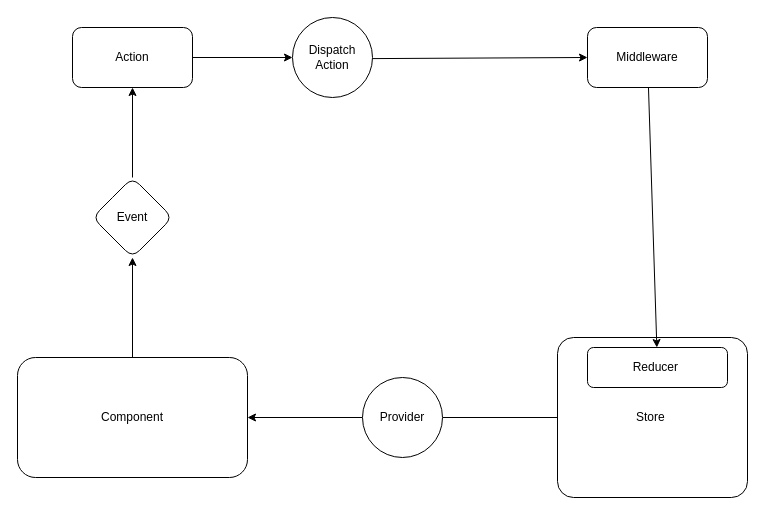
Earlier version of the draw.io diagram src/Navigation/Redux.drawio (jeevaninit/React2412237AM). Source tidied: cells renumbered, new cells numbered last; positions are measured from the earlier drawing's top-left corner, leaving out a move shared by most shapes. Both pictures are drawn from the tidied source at 100%, with x=0, y=0 at pixel (17, 17).
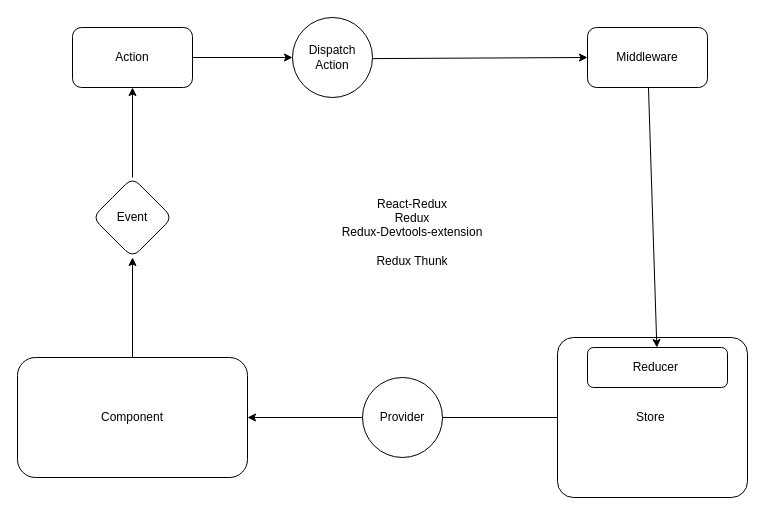
The same diagram, later.

Change to the diagram source:
```diff
@@
 <mxGraphModel>
   <root>
     <mxCell id="0" />
     <mxCell id="1" parent="0" />
     <mxCell id="2" style="edgeStyle=none;html=1;startArrow=none;" parent="1" edge="1" source="8" target="6">
       <mxGeometry relative="1" as="geometry" />
     </mxCell>
     <mxCell id="3" value="Store&amp;nbsp;" style="rounded=1;whiteSpace=wrap;html=1;arcSize=10;" parent="1" vertex="1">
       <mxGeometry x="540" y="320" width="190" height="160" as="geometry" />
     </mxCell>
     <mxCell id="4" value="Reducer&amp;nbsp;" style="rounded=1;whiteSpace=wrap;html=1;" parent="1" vertex="1">
       <mxGeometry x="570" y="330" width="140" height="40" as="geometry" />
     </mxCell>
     <mxCell id="5" style="edgeStyle=none;html=1;" parent="1" edge="1" source="6" target="10">
       <mxGeometry relative="1" as="geometry" />
     </mxCell>
     <mxCell id="6" value="Component" style="rounded=1;whiteSpace=wrap;html=1;" parent="1" vertex="1">
       <mxGeometry y="340" width="230" height="120" as="geometry" />
     </mxCell>
     <mxCell id="7" style="edgeStyle=none;html=1;endArrow=none;" parent="1" edge="1" source="3" target="8">
       <mxGeometry relative="1" as="geometry" />
     </mxCell>
     <mxCell id="8" value="Provider" style="ellipse;whiteSpace=wrap;html=1;" parent="1" vertex="1">
       <mxGeometry x="345" y="360" width="80" height="80" as="geometry" />
     </mxCell>
     <mxCell id="9" style="edgeStyle=none;html=1;" parent="1" edge="1" source="10" target="12">
       <mxGeometry relative="1" as="geometry" />
     </mxCell>
     <mxCell id="10" value="Event" style="rhombus;whiteSpace=wrap;html=1;rounded=1;" parent="1" vertex="1">
       <mxGeometry x="75" y="160" width="80" height="80" as="geometry" />
     </mxCell>
     <mxCell id="11" style="edgeStyle=none;html=1;" parent="1" edge="1" source="12" target="14">
       <mxGeometry relative="1" as="geometry" />
     </mxCell>
     <mxCell id="12" value="Action" style="whiteSpace=wrap;html=1;rounded=1;" parent="1" vertex="1">
       <mxGeometry x="55" y="10" width="120" height="60" as="geometry" />
     </mxCell>
     <mxCell id="13" style="edgeStyle=none;html=1;" parent="1" edge="1" source="14" target="16">
       <mxGeometry relative="1" as="geometry" />
     </mxCell>
     <mxCell id="14" value="Dispatch&lt;br&gt;Action" style="ellipse;whiteSpace=wrap;html=1;rounded=1;" parent="1" vertex="1">
       <mxGeometry x="275" width="80" height="80" as="geometry" />
     </mxCell>
     <mxCell id="15" style="edgeStyle=none;html=1;" parent="1" edge="1" source="16" target="4">
       <mxGeometry relative="1" as="geometry" />
     </mxCell>
     <mxCell id="16" value="Middleware" style="whiteSpace=wrap;html=1;rounded=1;" parent="1" vertex="1">
       <mxGeometry x="570" y="10" width="120" height="60" as="geometry" />
     </mxCell>
+    <mxCell id="17" value="React-Redux&lt;br&gt;Redux&lt;br&gt;Redux-Devtools-extension&lt;br&gt;&lt;br&gt;Redux Thunk" style="text;html=1;strokeColor=none;fillColor=none;align=center;verticalAlign=middle;whiteSpace=wrap;rounded=0;" parent="1" vertex="1">
+      <mxGeometry x="260" y="200" width="270" height="30" as="geometry" />
+    </mxCell>
   </root>
 </mxGraphModel>
```
